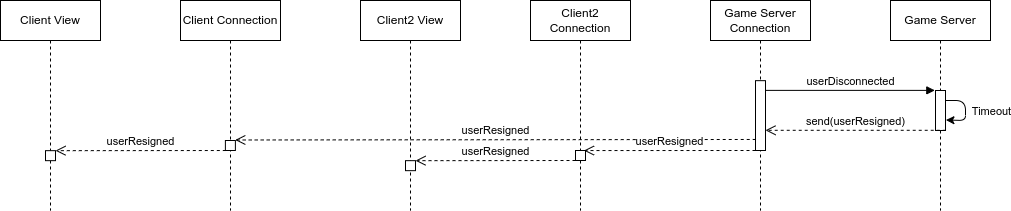
Earlier version of the draw.io export deliveries/networking/assets/userDisconnected.png (riccardo-negri/ing-sw-2022-Mello-Montanari-Negri). Source tidied: cells renumbered, new cells last; positions are measured from the earlier drawing's top-left corner, leaving out a move shared by most shapes. Source of this version:
```xml
<mxGraphModel>
  <root>
    <mxCell id="0" />
    <mxCell id="1" parent="0" />
    <mxCell id="2" value="Client View" style="shape=umlLifeline;perimeter=lifelinePerimeter;whiteSpace=wrap;html=1;" parent="1" vertex="1">
      <mxGeometry width="100" height="210" as="geometry" />
    </mxCell>
    <mxCell id="3" style="html=1;points=[];perimeter=orthogonalPerimeter;" parent="2" vertex="1">
      <mxGeometry x="45" y="150.2" width="10" height="10" as="geometry" />
    </mxCell>
    <mxCell id="4" value="Client Connection" style="shape=umlLifeline;perimeter=lifelinePerimeter;whiteSpace=wrap;html=1;size=40;" parent="1" vertex="1">
      <mxGeometry x="180" width="100" height="210" as="geometry" />
    </mxCell>
    <mxCell id="5" style="html=1;points=[];perimeter=orthogonalPerimeter;" parent="4" vertex="1">
      <mxGeometry x="44.9" y="140" width="10" height="10" as="geometry" />
    </mxCell>
    <mxCell id="6" value="Game Server&lt;br&gt;Connection" style="shape=umlLifeline;perimeter=lifelinePerimeter;whiteSpace=wrap;html=1;" parent="1" vertex="1">
      <mxGeometry x="710" width="100" height="210" as="geometry" />
    </mxCell>
    <mxCell id="7" style="html=1;points=[];perimeter=orthogonalPerimeter;" parent="6" vertex="1">
      <mxGeometry x="45" y="80.2" width="10" height="69.8" as="geometry" />
    </mxCell>
    <mxCell id="8" value="Game Server" style="shape=umlLifeline;perimeter=lifelinePerimeter;whiteSpace=wrap;html=1;" parent="1" vertex="1">
      <mxGeometry x="890" width="100" height="210" as="geometry" />
    </mxCell>
    <mxCell id="9" style="html=1;points=[];perimeter=orthogonalPerimeter;" parent="8" vertex="1">
      <mxGeometry x="45" y="90" width="10" height="40" as="geometry" />
    </mxCell>
    <mxCell id="10" style="edgeStyle=none;html=1;entryX=1.042;entryY=0.738;entryDx=0;entryDy=0;entryPerimeter=0;" parent="8" edge="1" source="9" target="9">
      <mxGeometry relative="1" as="geometry" />
    </mxCell>
    <mxCell id="11" value="Timeout" style="edgeLabel;html=1;align=center;verticalAlign=middle;" parent="10" vertex="1">
      <mxGeometry x="-0.09" y="-1" relative="1" as="geometry">
        <mxPoint x="26" y="3" as="offset" />
      </mxGeometry>
    </mxCell>
    <mxCell id="12" value="userResigned" style="html=1;verticalAlign=bottom;endArrow=open;dashed=1;endSize=8;entryX=0.986;entryY=-0.051;entryDx=0;entryDy=0;entryPerimeter=0;exitX=0.022;exitY=0.842;exitDx=0;exitDy=0;exitPerimeter=0;" parent="1" edge="1" source="7" target="5">
      <mxGeometry relative="1" as="geometry" />
    </mxCell>
    <mxCell id="13" value="userDisconnected" style="html=1;verticalAlign=bottom;endArrow=block;entryX=-0.068;entryY=-0.003;entryDx=0;entryDy=0;entryPerimeter=0;" parent="1" edge="1" source="7" target="9">
      <mxGeometry relative="1" as="geometry" />
    </mxCell>
    <mxCell id="14" value="send(userResigned)" style="html=1;verticalAlign=bottom;endArrow=open;dashed=1;endSize=8;exitX=1.022;exitY=0.995;exitDx=0;exitDy=0;exitPerimeter=0;" parent="1" edge="1" source="9" target="7">
      <mxGeometry relative="1" as="geometry" />
    </mxCell>
    <mxCell id="15" value="userResigned" style="html=1;verticalAlign=bottom;endArrow=open;dashed=1;endSize=8;exitX=0.041;exitY=1.002;exitDx=0;exitDy=0;exitPerimeter=0;" parent="1" edge="1" source="5" target="3">
      <mxGeometry relative="1" as="geometry" />
    </mxCell>
    <mxCell id="16" value="Client2 View" style="shape=umlLifeline;perimeter=lifelinePerimeter;whiteSpace=wrap;html=1;" parent="1" vertex="1">
      <mxGeometry x="360" width="100" height="210" as="geometry" />
    </mxCell>
    <mxCell id="17" style="html=1;points=[];perimeter=orthogonalPerimeter;" parent="16" vertex="1">
      <mxGeometry x="45" y="160.2" width="10" height="10" as="geometry" />
    </mxCell>
    <mxCell id="18" value="Client2 Connection" style="shape=umlLifeline;perimeter=lifelinePerimeter;whiteSpace=wrap;html=1;" parent="1" vertex="1">
      <mxGeometry x="530" width="100" height="210" as="geometry" />
    </mxCell>
    <mxCell id="19" style="html=1;points=[];perimeter=orthogonalPerimeter;" parent="18" vertex="1">
      <mxGeometry x="45" y="150" width="10" height="10" as="geometry" />
    </mxCell>
    <mxCell id="20" value="userResigned" style="html=1;verticalAlign=bottom;endArrow=open;dashed=1;endSize=8;entryX=0.848;entryY=0.005;entryDx=0;entryDy=0;entryPerimeter=0;" parent="1" edge="1" source="7" target="19">
      <mxGeometry relative="1" as="geometry" />
    </mxCell>
    <mxCell id="21" value="userResigned" style="html=1;verticalAlign=bottom;endArrow=open;dashed=1;endSize=8;" parent="1" edge="1" source="19" target="17">
      <mxGeometry relative="1" as="geometry" />
    </mxCell>
  </root>
</mxGraphModel>
```
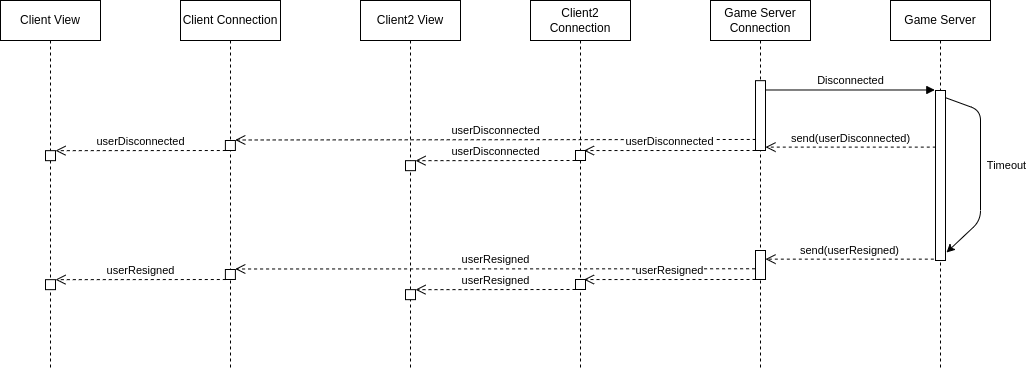
The same file after the commit.

Commit message:
Updated user disconnected diagram

What changed in the source:
```diff
@@ -3,66 +3,101 @@
     <mxCell id="0" />
     <mxCell id="1" parent="0" />
     <mxCell id="2" value="Client View" style="shape=umlLifeline;perimeter=lifelinePerimeter;whiteSpace=wrap;html=1;" parent="1" vertex="1">
-      <mxGeometry width="100" height="210" as="geometry" />
+      <mxGeometry width="100" height="370" as="geometry" />
     </mxCell>
     <mxCell id="3" style="html=1;points=[];perimeter=orthogonalPerimeter;" parent="2" vertex="1">
       <mxGeometry x="45" y="150.2" width="10" height="10" as="geometry" />
     </mxCell>
     <mxCell id="4" value="Client Connection" style="shape=umlLifeline;perimeter=lifelinePerimeter;whiteSpace=wrap;html=1;size=40;" parent="1" vertex="1">
-      <mxGeometry x="180" width="100" height="210" as="geometry" />
+      <mxGeometry x="180" width="100" height="370" as="geometry" />
     </mxCell>
     <mxCell id="5" style="html=1;points=[];perimeter=orthogonalPerimeter;" parent="4" vertex="1">
       <mxGeometry x="44.9" y="140" width="10" height="10" as="geometry" />
     </mxCell>
     <mxCell id="6" value="Game Server&lt;br&gt;Connection" style="shape=umlLifeline;perimeter=lifelinePerimeter;whiteSpace=wrap;html=1;" parent="1" vertex="1">
-      <mxGeometry x="710" width="100" height="210" as="geometry" />
+      <mxGeometry x="710" width="100" height="370" as="geometry" />
     </mxCell>
     <mxCell id="7" style="html=1;points=[];perimeter=orthogonalPerimeter;" parent="6" vertex="1">
       <mxGeometry x="45" y="80.2" width="10" height="69.8" as="geometry" />
     </mxCell>
     <mxCell id="8" value="Game Server" style="shape=umlLifeline;perimeter=lifelinePerimeter;whiteSpace=wrap;html=1;" parent="1" vertex="1">
-      <mxGeometry x="890" width="100" height="210" as="geometry" />
+      <mxGeometry x="890" width="100" height="370" as="geometry" />
     </mxCell>
     <mxCell id="9" style="html=1;points=[];perimeter=orthogonalPerimeter;" parent="8" vertex="1">
-      <mxGeometry x="45" y="90" width="10" height="40" as="geometry" />
+      <mxGeometry x="45" y="90" width="10" height="170" as="geometry" />
     </mxCell>
-    <mxCell id="10" style="edgeStyle=none;html=1;entryX=1.042;entryY=0.738;entryDx=0;entryDy=0;entryPerimeter=0;" parent="8" edge="1" source="9" target="9">
-      <mxGeometry relative="1" as="geometry" />
+    <mxCell id="10" style="edgeStyle=none;html=1;entryX=1.1;entryY=0.953;entryDx=0;entryDy=0;entryPerimeter=0;exitX=1.033;exitY=0.043;exitDx=0;exitDy=0;exitPerimeter=0;" parent="8" edge="1" source="9" target="9">
+      <mxGeometry relative="1" as="geometry">
+        <Array as="points">
+          <mxPoint x="90" y="110" />
+          <mxPoint x="90" y="220" />
+        </Array>
+      </mxGeometry>
     </mxCell>
     <mxCell id="11" value="Timeout" style="edgeLabel;html=1;align=center;verticalAlign=middle;" parent="10" vertex="1">
       <mxGeometry x="-0.09" y="-1" relative="1" as="geometry">
         <mxPoint x="26" y="3" as="offset" />
       </mxGeometry>
     </mxCell>
-    <mxCell id="12" value="userResigned" style="html=1;verticalAlign=bottom;endArrow=open;dashed=1;endSize=8;entryX=0.986;entryY=-0.051;entryDx=0;entryDy=0;entryPerimeter=0;exitX=0.022;exitY=0.842;exitDx=0;exitDy=0;exitPerimeter=0;" parent="1" edge="1" source="7" target="5">
+    <mxCell id="12" value="userDisconnected" style="html=1;verticalAlign=bottom;endArrow=open;dashed=1;endSize=8;entryX=0.986;entryY=-0.051;entryDx=0;entryDy=0;entryPerimeter=0;exitX=0.022;exitY=0.842;exitDx=0;exitDy=0;exitPerimeter=0;" parent="1" edge="1" source="7" target="5">
       <mxGeometry relative="1" as="geometry" />
     </mxCell>
-    <mxCell id="13" value="userDisconnected" style="html=1;verticalAlign=bottom;endArrow=block;entryX=-0.068;entryY=-0.003;entryDx=0;entryDy=0;entryPerimeter=0;" parent="1" edge="1" source="7" target="9">
+    <mxCell id="13" value="&lt;br&gt;Disconnected" style="html=1;verticalAlign=bottom;endArrow=block;entryX=-0.068;entryY=-0.003;entryDx=0;entryDy=0;entryPerimeter=0;" parent="1" edge="1" source="7" target="9">
       <mxGeometry relative="1" as="geometry" />
     </mxCell>
-    <mxCell id="14" value="send(userResigned)" style="html=1;verticalAlign=bottom;endArrow=open;dashed=1;endSize=8;exitX=1.022;exitY=0.995;exitDx=0;exitDy=0;exitPerimeter=0;" parent="1" edge="1" source="9" target="7">
+    <mxCell id="14" value="send(userDisconnected)" style="html=1;verticalAlign=bottom;endArrow=open;dashed=1;endSize=8;exitX=0.028;exitY=0.333;exitDx=0;exitDy=0;exitPerimeter=0;" parent="1" edge="1" source="9" target="7">
       <mxGeometry relative="1" as="geometry" />
     </mxCell>
-    <mxCell id="15" value="userResigned" style="html=1;verticalAlign=bottom;endArrow=open;dashed=1;endSize=8;exitX=0.041;exitY=1.002;exitDx=0;exitDy=0;exitPerimeter=0;" parent="1" edge="1" source="5" target="3">
+    <mxCell id="15" value="userDisconnected" style="html=1;verticalAlign=bottom;endArrow=open;dashed=1;endSize=8;exitX=0.041;exitY=1.002;exitDx=0;exitDy=0;exitPerimeter=0;" parent="1" edge="1" source="5" target="3">
       <mxGeometry relative="1" as="geometry" />
     </mxCell>
     <mxCell id="16" value="Client2 View" style="shape=umlLifeline;perimeter=lifelinePerimeter;whiteSpace=wrap;html=1;" parent="1" vertex="1">
-      <mxGeometry x="360" width="100" height="210" as="geometry" />
+      <mxGeometry x="360" width="100" height="370" as="geometry" />
     </mxCell>
     <mxCell id="17" style="html=1;points=[];perimeter=orthogonalPerimeter;" parent="16" vertex="1">
       <mxGeometry x="45" y="160.2" width="10" height="10" as="geometry" />
     </mxCell>
     <mxCell id="18" value="Client2 Connection" style="shape=umlLifeline;perimeter=lifelinePerimeter;whiteSpace=wrap;html=1;" parent="1" vertex="1">
-      <mxGeometry x="530" width="100" height="210" as="geometry" />
+      <mxGeometry x="530" width="100" height="370" as="geometry" />
     </mxCell>
     <mxCell id="19" style="html=1;points=[];perimeter=orthogonalPerimeter;" parent="18" vertex="1">
       <mxGeometry x="45" y="150" width="10" height="10" as="geometry" />
     </mxCell>
-    <mxCell id="20" value="userResigned" style="html=1;verticalAlign=bottom;endArrow=open;dashed=1;endSize=8;entryX=0.848;entryY=0.005;entryDx=0;entryDy=0;entryPerimeter=0;" parent="1" edge="1" source="7" target="19">
+    <mxCell id="20" value="userDisconnected" style="html=1;verticalAlign=bottom;endArrow=open;dashed=1;endSize=8;entryX=0.848;entryY=0.005;entryDx=0;entryDy=0;entryPerimeter=0;" parent="1" edge="1" source="7" target="19">
       <mxGeometry relative="1" as="geometry" />
     </mxCell>
-    <mxCell id="21" value="userResigned" style="html=1;verticalAlign=bottom;endArrow=open;dashed=1;endSize=8;" parent="1" edge="1" source="19" target="17">
+    <mxCell id="21" value="userDisconnected" style="html=1;verticalAlign=bottom;endArrow=open;dashed=1;endSize=8;" parent="1" edge="1" source="19" target="17">
       <mxGeometry relative="1" as="geometry" />
     </mxCell>
+    <mxCell id="22" style="html=1;points=[];perimeter=orthogonalPerimeter;" parent="1" vertex="1">
+      <mxGeometry x="45" y="279.2" width="10" height="10" as="geometry" />
+    </mxCell>
+    <mxCell id="23" style="html=1;points=[];perimeter=orthogonalPerimeter;" parent="1" vertex="1">
+      <mxGeometry x="224.9" y="269" width="10" height="10" as="geometry" />
+    </mxCell>
+    <mxCell id="24" style="html=1;points=[];perimeter=orthogonalPerimeter;" parent="1" vertex="1">
+      <mxGeometry x="755" y="250" width="10" height="29" as="geometry" />
+    </mxCell>
+    <mxCell id="25" value="userResigned" style="html=1;verticalAlign=bottom;endArrow=open;dashed=1;endSize=8;entryX=0.986;entryY=-0.051;entryDx=0;entryDy=0;entryPerimeter=0;exitX=-0.042;exitY=0.63;exitDx=0;exitDy=0;exitPerimeter=0;" parent="1" edge="1" source="24" target="23">
+      <mxGeometry relative="1" as="geometry" />
+    </mxCell>
+    <mxCell id="26" value="send(userResigned)" style="html=1;verticalAlign=bottom;endArrow=open;dashed=1;endSize=8;exitX=-0.167;exitY=0.992;exitDx=0;exitDy=0;exitPerimeter=0;" parent="1" edge="1" source="9" target="24">
+      <mxGeometry relative="1" as="geometry" />
+    </mxCell>
+    <mxCell id="27" value="userResigned" style="html=1;verticalAlign=bottom;endArrow=open;dashed=1;endSize=8;exitX=0.041;exitY=1.002;exitDx=0;exitDy=0;exitPerimeter=0;" parent="1" edge="1" source="23" target="22">
+      <mxGeometry relative="1" as="geometry" />
+    </mxCell>
+    <mxCell id="28" style="html=1;points=[];perimeter=orthogonalPerimeter;" parent="1" vertex="1">
+      <mxGeometry x="405" y="289.2" width="10" height="10" as="geometry" />
+    </mxCell>
+    <mxCell id="29" style="html=1;points=[];perimeter=orthogonalPerimeter;" parent="1" vertex="1">
+      <mxGeometry x="575" y="279" width="10" height="10" as="geometry" />
+    </mxCell>
+    <mxCell id="30" value="userResigned" style="html=1;verticalAlign=bottom;endArrow=open;dashed=1;endSize=8;entryX=0.848;entryY=0.005;entryDx=0;entryDy=0;entryPerimeter=0;" parent="1" edge="1" source="24" target="29">
+      <mxGeometry relative="1" as="geometry" />
+    </mxCell>
+    <mxCell id="31" value="userResigned" style="html=1;verticalAlign=bottom;endArrow=open;dashed=1;endSize=8;" parent="1" edge="1" source="29" target="28">
+      <mxGeometry relative="1" as="geometry" />
+    </mxCell>
   </root>
 </mxGraphModel>
```
